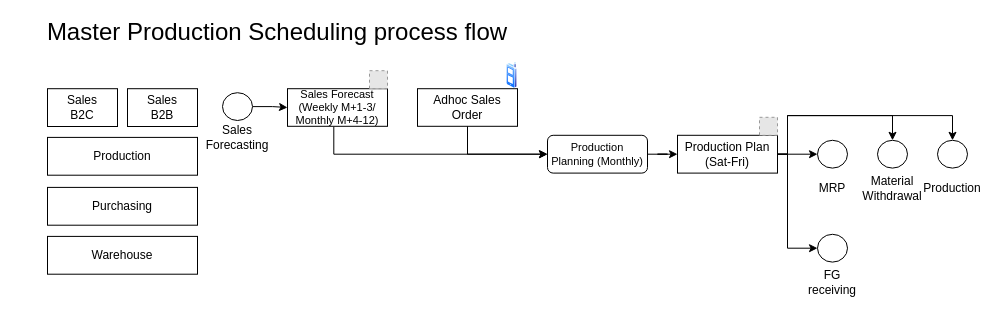
The draw.io diagram page "MPS" (5 of 15) of new.drawio in pkppm-dev/Roy-s, before the edit. Source tidied: cells renumbered, new cells numbered last; positions are measured from the earlier drawing's top-left corner, leaving out a move shared by most shapes. Both pictures are drawn from the tidied source at 100%, with x=0, y=0 at pixel (17, 17). Pictures stored in the file or linked from it are replaced by grey dashed boxes.
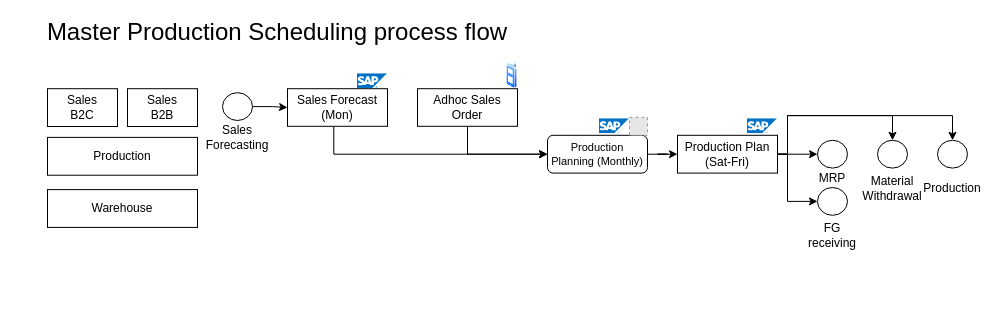
The same page after the edit.

The change refers to these unchanged cells:
```xml
<mxCell id="22" value="Production Plan&lt;div&gt;(Sat-Fri)&lt;/div&gt;" style="whiteSpace=wrap;html=1;rounded=0;" parent="1" vertex="1">
  <mxGeometry x="660" y="117.8" width="100" height="37.8" as="geometry" />
</mxCell>
<mxCell id="31" style="ellipse;whiteSpace=wrap;html=1;" parent="1" vertex="1">
  <mxGeometry x="920" y="122.8" width="30" height="27.8" as="geometry" />
</mxCell>
```

Change to the diagram source:
```diff
@@
     <mxCell id="5" value="Warehouse" style="whiteSpace=wrap;html=1;rounded=0;" parent="1" vertex="1">
-      <mxGeometry x="30" y="218.9" width="150" height="37.8" as="geometry" />
+      <mxGeometry x="30" y="172.1" width="150" height="37.8" as="geometry" />
     </mxCell>
-    <mxCell id="6" value="Purchasing" style="whiteSpace=wrap;html=1;rounded=0;" parent="1" vertex="1">
-      <mxGeometry x="30" y="169.9" width="150" height="37.8" as="geometry" />
-    </mxCell>
@@
-    <mxCell id="8" value="&lt;span style=&quot;font-size: 11px;&quot;&gt;Sales Forecast (Weekly M+1-3/ Monthly M+4-12)&lt;/span&gt;" style="whiteSpace=wrap;html=1;rounded=0;fontSize=11;" parent="1" vertex="1">
+    <mxCell id="8" value="&lt;span style=&quot;font-size: 12px;&quot;&gt;Sales Forecast (Mon)&lt;/span&gt;" style="whiteSpace=wrap;html=1;rounded=0;fontSize=12;" parent="1" vertex="1">
       <mxGeometry x="270" y="71.2" width="100" height="37.6" as="geometry" />
     </mxCell>
@@
-    <mxCell id="11" style="fillColor=#E6E6E6;strokeColor=#999999;dashed=1;html=1;verticalAlign=top;verticalLabelPosition=bottom;labelBackgroundColor=#ffffff;" parent="1" vertex="1">
-      <mxGeometry x="352" y="53.2" width="18" height="18" as="geometry" />
-    </mxCell>
@@
+    <mxCell id="21" style="edgeStyle=orthogonalEdgeStyle;shape=connector;rounded=0;jumpStyle=arc;jettySize=auto;html=1;entryX=0.5;entryY=0;entryDx=0;entryDy=0;strokeColor=default;align=center;verticalAlign=middle;fontFamily=Helvetica;fontSize=11;fontColor=default;labelBackgroundColor=default;endArrow=classic;" parent="1" edge="1" source="22" target="31">
+      <mxGeometry relative="1" as="geometry">
+        <Array as="points">
+          <mxPoint x="770" y="137.1" />
+          <mxPoint x="770" y="98.1" />
+          <mxPoint x="935" y="98.1" />
+        </Array>
+      </mxGeometry>
+    </mxCell>
-    <mxCell id="20" style="edgeStyle=orthogonalEdgeStyle;shape=connector;rounded=0;jumpStyle=arc;jettySize=auto;html=1;entryX=0;entryY=0.5;entryDx=0;entryDy=0;strokeColor=default;align=center;verticalAlign=middle;fontFamily=Helvetica;fontSize=11;fontColor=default;labelBackgroundColor=default;endArrow=classic;" parent="1" edge="1" source="22" target="29">
+    <mxCell id="20" style="edgeStyle=orthogonalEdgeStyle;rounded=0;jettySize=auto;html=1;entryX=0;entryY=0.5;entryDx=0;entryDy=0;" parent="1" edge="1" source="22" target="29">
       <mxGeometry relative="1" as="geometry">
         <Array as="points">
-          <mxPoint x="770" y="137.1" />
-          <mxPoint x="770" y="231.1" />
+          <mxPoint x="770" y="137" />
+          <mxPoint x="770" y="184" />
         </Array>
       </mxGeometry>
     </mxCell>
-    <mxCell id="21" style="edgeStyle=orthogonalEdgeStyle;shape=connector;rounded=0;jumpStyle=arc;jettySize=auto;html=1;entryX=0.5;entryY=0;entryDx=0;entryDy=0;strokeColor=default;align=center;verticalAlign=middle;fontFamily=Helvetica;fontSize=11;fontColor=default;labelBackgroundColor=default;endArrow=classic;" parent="1" edge="1" source="22" target="31">
-      <mxGeometry relative="1" as="geometry">
-        <Array as="points">
-          <mxPoint x="770" y="137.1" />
-          <mxPoint x="770" y="98.1" />
-          <mxPoint x="935" y="98.1" />
-        </Array>
-      </mxGeometry>
-    </mxCell>
@@
     <mxCell id="24" value="MRP" style="text;html=1;align=center;verticalAlign=middle;whiteSpace=wrap;rounded=0;" parent="1" vertex="1">
-      <mxGeometry x="785" y="155.6" width="60" height="30" as="geometry" />
+      <mxGeometry x="785" y="145.6" width="60" height="30" as="geometry" />
     </mxCell>
-    <mxCell id="25" style="fillColor=#E6E6E6;strokeColor=#999999;dashed=1;html=1;verticalAlign=top;verticalLabelPosition=bottom;labelBackgroundColor=#ffffff;" parent="1" vertex="1">
-      <mxGeometry x="742" y="99.8" width="18" height="18" as="geometry" />
-    </mxCell>
@@
     <mxCell id="29" style="ellipse;whiteSpace=wrap;html=1;" parent="1" vertex="1">
-      <mxGeometry x="800" y="216.8" width="30" height="27.8" as="geometry" />
+      <mxGeometry x="800" y="170" width="30" height="27.8" as="geometry" />
     </mxCell>
     <mxCell id="30" value="FG receiving" style="text;html=1;align=center;verticalAlign=middle;whiteSpace=wrap;rounded=0;" parent="1" vertex="1">
-      <mxGeometry x="785" y="249.6" width="60" height="30" as="geometry" />
+      <mxGeometry x="785" y="202.8" width="60" height="30" as="geometry" />
     </mxCell>
@@
+    <mxCell id="33" style="image;sketch=0;html=1;align=center;fontSize=12;image=img/lib/mscae/SAP_HANA_on_Azure.svg;" parent="1" vertex="1">
+      <mxGeometry x="340" y="56.2" width="30" height="15" as="geometry" />
+    </mxCell>
+    <mxCell id="34" style="image;sketch=0;html=1;align=center;fontSize=12;image=img/lib/mscae/SAP_HANA_on_Azure.svg;" parent="1" vertex="1">
+      <mxGeometry x="582" y="101.3" width="30" height="15" as="geometry" />
+    </mxCell>
+    <mxCell id="35" style="fillColor=#E6E6E6;strokeColor=#999999;dashed=1;html=1;verticalAlign=top;verticalLabelPosition=bottom;labelBackgroundColor=#ffffff;" parent="1" vertex="1">
+      <mxGeometry x="612" y="99.8" width="18" height="18" as="geometry" />
+    </mxCell>
+    <mxCell id="36" style="image;sketch=0;html=1;align=center;fontSize=12;image=img/lib/mscae/SAP_HANA_on_Azure.svg;" parent="1" vertex="1">
+      <mxGeometry x="730" y="101.3" width="30" height="15" as="geometry" />
+    </mxCell>
```
